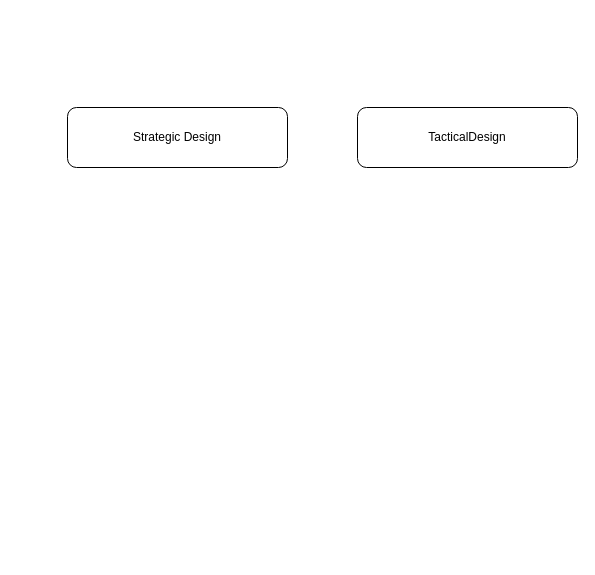
Before: books/DDD/DDD-MAP.drawio in chavp/data-modeling, a draw.io diagram. Source tidied: cells renumbered, new cells numbered last; positions are measured from the earlier drawing's top-left corner, leaving out a move shared by most shapes. Both pictures are drawn from the tidied source at 100%, with x=0, y=0 at pixel (67, 107).
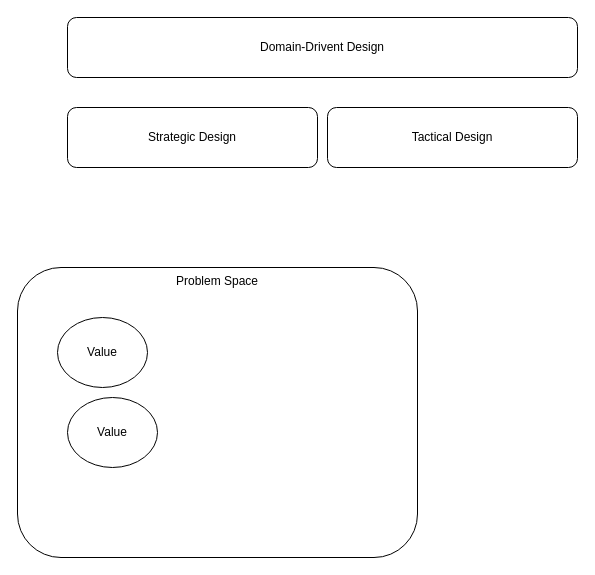
The same page after the edit.

Change to the diagram source:
```diff
@@
 <mxGraphModel>
   <root>
     <mxCell id="0" />
     <mxCell id="1" parent="0" />
     <mxCell id="2" value="Strategic Design" style="rounded=1;whiteSpace=wrap;html=1;" parent="1" vertex="1">
-      <mxGeometry width="220" height="60" as="geometry" />
+      <mxGeometry width="250" height="60" as="geometry" />
     </mxCell>
-    <mxCell id="3" value="TacticalDesign" style="rounded=1;whiteSpace=wrap;html=1;" parent="1" vertex="1">
-      <mxGeometry x="290" width="220" height="60" as="geometry" />
+    <mxCell id="3" value="Tactical Design" style="rounded=1;whiteSpace=wrap;html=1;" parent="1" vertex="1">
+      <mxGeometry x="260" width="250" height="60" as="geometry" />
     </mxCell>
+    <mxCell id="4" value="Problem Space" style="rounded=1;whiteSpace=wrap;html=1;verticalAlign=top;" parent="1" vertex="1">
+      <mxGeometry x="-50" y="160" width="400" height="290" as="geometry" />
+    </mxCell>
+    <mxCell id="5" value="Value" style="ellipse;whiteSpace=wrap;html=1;" parent="1" vertex="1">
+      <mxGeometry x="-10" y="210" width="90" height="70" as="geometry" />
+    </mxCell>
+    <mxCell id="6" value="Value" style="ellipse;whiteSpace=wrap;html=1;" parent="1" vertex="1">
+      <mxGeometry y="290" width="90" height="70" as="geometry" />
+    </mxCell>
+    <mxCell id="7" value="Domain-Drivent Design" style="rounded=1;whiteSpace=wrap;html=1;" parent="1" vertex="1">
+      <mxGeometry y="-90" width="510" height="60" as="geometry" />
+    </mxCell>
   </root>
 </mxGraphModel>
```
